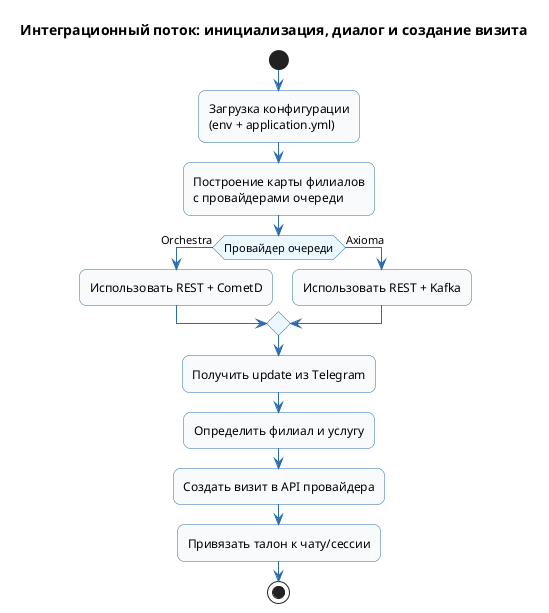
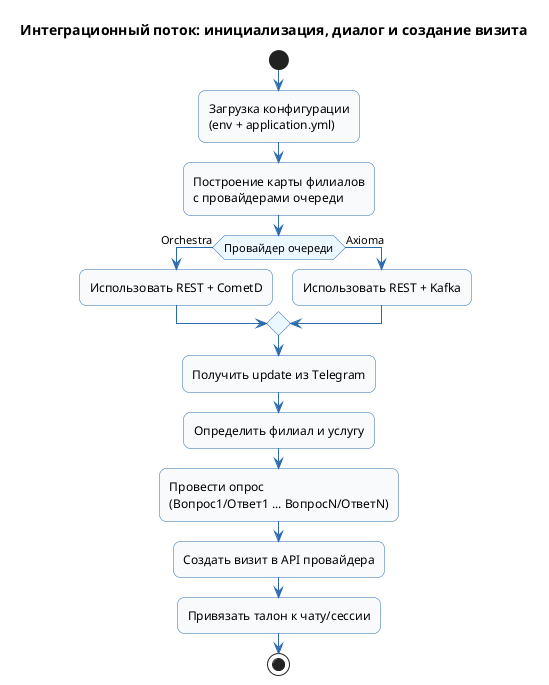
@startuml
title Интеграционный поток: инициализация, диалог и создание визита
skinparam backgroundColor #FFFFFF
skinparam shadowing false
skinparam roundcorner 14
skinparam activity {
  BackgroundColor #F8FAFC
  BorderColor #2B6CB0
  ArrowColor #2B6CB0
  DiamondBackgroundColor #EBF8FF
  DiamondBorderColor #2B6CB0
}

start
:Загрузка конфигурации\n(env + application.yml);
:Построение карты филиалов\nс провайдерами очереди;
if (Провайдер очереди) then (Orchestra)
  :Использовать REST + CometD;
else (Axioma)
  :Использовать REST + Kafka;
endif
:Получить update из Telegram;
:Определить филиал и услугу;
+ :Провести опрос
+ (Вопрос1/Ответ1 ... ВопросN/ОтветN);
:Создать визит в API провайдера;
:Привязать талон к чату/сессии;
stop
@enduml
